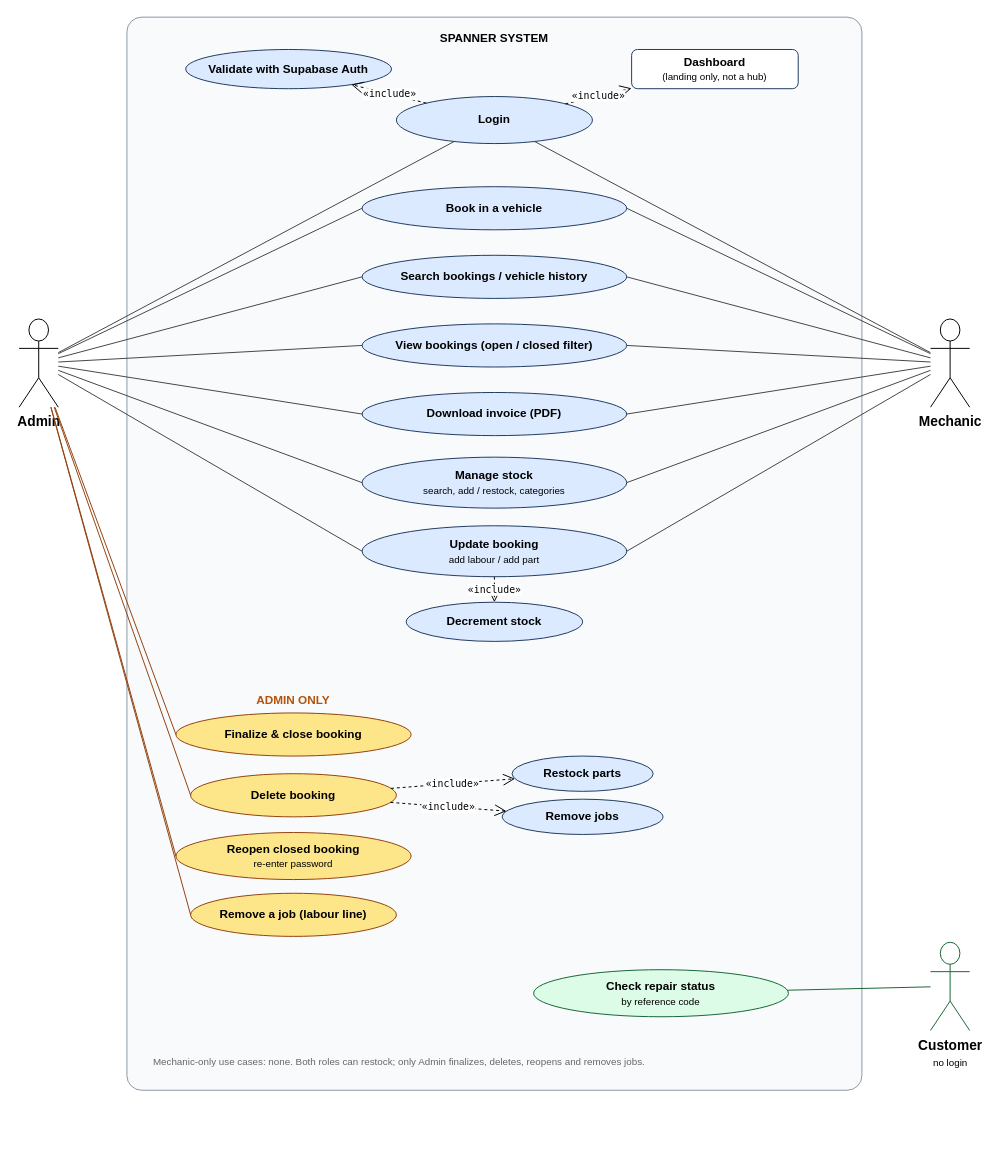
Earlier version of the draw.io diagram project-docs/phase-2/diagrams/editable/usecase.drawio (BlackZ3ro/Spanner-Riese-Auto-Clinic). Source tidied: cells renumbered, new cells numbered last; positions are measured from the earlier drawing's top-left corner, leaving out a move shared by most shapes. Both pictures are drawn from the tidied source at 98%, with x=0, y=0 at pixel (19, 17).
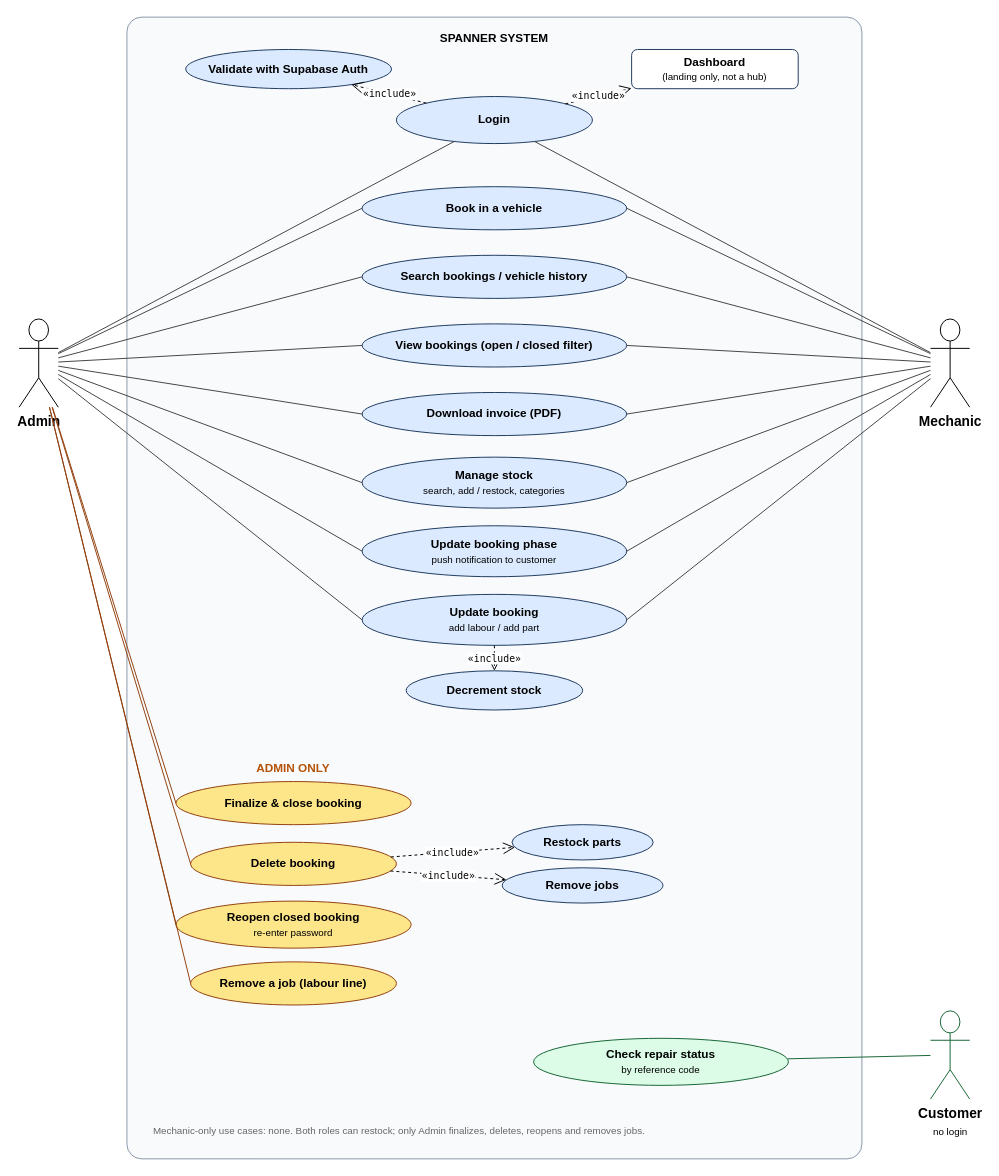
The same page after the edit.

Unchanged cells that the change refers to:
```xml
<mxCell id="3" value="Admin" style="shape=umlActor;verticalLabelPosition=bottom;verticalAlign=top;html=1;outlineConnect=0;fontStyle=1;fontSize=14;" parent="1" vertex="1">
  <mxGeometry y="308" width="40" height="90" as="geometry" />
</mxCell>
<mxCell id="4" value="Mechanic" style="shape=umlActor;verticalLabelPosition=bottom;verticalAlign=top;html=1;outlineConnect=0;fontStyle=1;fontSize=14;" parent="1" vertex="1">
  <mxGeometry x="930" y="308" width="40" height="90" as="geometry" />
</mxCell>
```

Change to the diagram source:
```diff
@@
     <mxCell id="2" value="SPANNER SYSTEM" style="rounded=1;arcSize=2;whiteSpace=wrap;html=1;fillColor=#f8fafc;strokeColor=#8a97a8;verticalAlign=top;fontStyle=1;spacingTop=8;" parent="1" vertex="1">
-      <mxGeometry x="110" width="750" height="1095" as="geometry" />
+      <mxGeometry x="110" width="750" height="1165" as="geometry" />
     </mxCell>
@@
-    <mxCell id="27" value="Update booking&lt;br&gt;&lt;span style=&quot;font-weight:normal;font-size:10px&quot;&gt;add labour / add part&lt;/span&gt;" style="ellipse;whiteSpace=wrap;html=1;fillColor=#dbeafe;strokeColor=#1f3a5f;fontStyle=1;" parent="1" vertex="1">
+    <mxCell id="27" value="Update booking phase&lt;br&gt;&lt;span style=&quot;font-weight:normal;font-size:10px&quot;&gt;push notification to customer&lt;/span&gt;" style="ellipse;whiteSpace=wrap;html=1;fillColor=#dbeafe;strokeColor=#1f3a5f;fontStyle=1;" parent="1" vertex="1">
       <mxGeometry x="350" y="519" width="270" height="52" as="geometry" />
     </mxCell>
@@
-    <mxCell id="30" value="Decrement stock" style="ellipse;whiteSpace=wrap;html=1;fillColor=#dbeafe;strokeColor=#1f3a5f;fontStyle=1;" parent="1" vertex="1">
-      <mxGeometry x="395" y="597" width="180" height="40" as="geometry" />
+    <mxCell id="30" value="Update booking&lt;br&gt;&lt;span style=&quot;font-weight:normal;font-size:10px&quot;&gt;add labour / add part&lt;/span&gt;" style="ellipse;whiteSpace=wrap;html=1;fillColor=#dbeafe;strokeColor=#1f3a5f;fontStyle=1;" parent="1" vertex="1">
+      <mxGeometry x="350" y="589" width="270" height="52" as="geometry" />
     </mxCell>
-    <mxCell id="31" value="«include»" style="endArrow=open;endSize=10;dashed=1;html=1;rounded=0;fontFamily=monospace;fontSize=10;" parent="1" edge="1" source="27" target="30">
+    <mxCell id="31" style="endArrow=none;html=1;rounded=0;strokeColor=#444444;entryX=0;entryY=0.5;entryDx=0;entryDy=0;" parent="1" edge="1" source="3" target="30">
       <mxGeometry relative="1" as="geometry" />
     </mxCell>
-    <mxCell id="32" value="ADMIN ONLY" style="text;html=1;strokeColor=none;fillColor=none;align=left;verticalAlign=middle;whiteSpace=wrap;fontStyle=1;fontColor=#b45309;align=center;" parent="1" vertex="1">
-      <mxGeometry x="220" y="687" width="120" height="20" as="geometry" />
+    <mxCell id="32" style="endArrow=none;html=1;rounded=0;strokeColor=#444444;entryX=1;entryY=0.5;entryDx=0;entryDy=0;" parent="1" edge="1" source="4" target="30">
+      <mxGeometry relative="1" as="geometry" />
     </mxCell>
-    <mxCell id="33" value="Finalize &amp; close booking" style="ellipse;whiteSpace=wrap;html=1;fillColor=#fde68a;strokeColor=#92400e;fontStyle=1;" parent="1" vertex="1">
-      <mxGeometry x="160" y="710" width="240" height="44" as="geometry" />
+    <mxCell id="33" value="Decrement stock" style="ellipse;whiteSpace=wrap;html=1;fillColor=#dbeafe;strokeColor=#1f3a5f;fontStyle=1;" parent="1" vertex="1">
+      <mxGeometry x="395" y="667" width="180" height="40" as="geometry" />
     </mxCell>
-    <mxCell id="34" value="Delete booking" style="ellipse;whiteSpace=wrap;html=1;fillColor=#fde68a;strokeColor=#92400e;fontStyle=1;" parent="1" vertex="1">
-      <mxGeometry x="175" y="772" width="210" height="44" as="geometry" />
+    <mxCell id="34" value="«include»" style="endArrow=open;endSize=10;dashed=1;html=1;rounded=0;fontFamily=monospace;fontSize=10;" parent="1" edge="1" source="30" target="33">
+      <mxGeometry relative="1" as="geometry" />
     </mxCell>
-    <mxCell id="35" value="Restock parts" style="ellipse;whiteSpace=wrap;html=1;fillColor=#dbeafe;strokeColor=#1f3a5f;fontStyle=1;" parent="1" vertex="1">
-      <mxGeometry x="503" y="754" width="144" height="36" as="geometry" />
+    <mxCell id="35" value="ADMIN ONLY" style="text;html=1;strokeColor=none;fillColor=none;align=left;verticalAlign=middle;whiteSpace=wrap;fontStyle=1;fontColor=#b45309;align=center;" parent="1" vertex="1">
+      <mxGeometry x="220" y="757" width="120" height="20" as="geometry" />
     </mxCell>
-    <mxCell id="36" value="Remove jobs" style="ellipse;whiteSpace=wrap;html=1;fillColor=#dbeafe;strokeColor=#1f3a5f;fontStyle=1;" parent="1" vertex="1">
-      <mxGeometry x="493" y="798" width="164" height="36" as="geometry" />
+    <mxCell id="36" value="Finalize &amp; close booking" style="ellipse;whiteSpace=wrap;html=1;fillColor=#fde68a;strokeColor=#92400e;fontStyle=1;" parent="1" vertex="1">
+      <mxGeometry x="160" y="780" width="240" height="44" as="geometry" />
     </mxCell>
-    <mxCell id="37" value="«include»" style="endArrow=open;endSize=10;dashed=1;html=1;rounded=0;fontFamily=monospace;fontSize=10;" parent="1" edge="1" source="34" target="35">
-      <mxGeometry relative="1" as="geometry" />
+    <mxCell id="37" value="Delete booking" style="ellipse;whiteSpace=wrap;html=1;fillColor=#fde68a;strokeColor=#92400e;fontStyle=1;" parent="1" vertex="1">
+      <mxGeometry x="175" y="842" width="210" height="44" as="geometry" />
     </mxCell>
-    <mxCell id="38" value="«include»" style="endArrow=open;endSize=10;dashed=1;html=1;rounded=0;fontFamily=monospace;fontSize=10;" parent="1" edge="1" source="34" target="36">
-      <mxGeometry relative="1" as="geometry" />
+    <mxCell id="38" value="Restock parts" style="ellipse;whiteSpace=wrap;html=1;fillColor=#dbeafe;strokeColor=#1f3a5f;fontStyle=1;" parent="1" vertex="1">
+      <mxGeometry x="503" y="824" width="144" height="36" as="geometry" />
     </mxCell>
-    <mxCell id="39" value="Reopen closed booking&lt;br&gt;&lt;span style=&quot;font-weight:normal;font-size:10px&quot;&gt;re-enter password&lt;/span&gt;" style="ellipse;whiteSpace=wrap;html=1;fillColor=#fde68a;strokeColor=#92400e;fontStyle=1;" parent="1" vertex="1">
-      <mxGeometry x="160" y="832" width="240" height="48" as="geometry" />
+    <mxCell id="39" value="Remove jobs" style="ellipse;whiteSpace=wrap;html=1;fillColor=#dbeafe;strokeColor=#1f3a5f;fontStyle=1;" parent="1" vertex="1">
+      <mxGeometry x="493" y="868" width="164" height="36" as="geometry" />
     </mxCell>
-    <mxCell id="40" value="Remove a job (labour line)" style="ellipse;whiteSpace=wrap;html=1;fillColor=#fde68a;strokeColor=#92400e;fontStyle=1;" parent="1" vertex="1">
-      <mxGeometry x="175" y="894" width="210" height="44" as="geometry" />
+    <mxCell id="40" value="«include»" style="endArrow=open;endSize=10;dashed=1;html=1;rounded=0;fontFamily=monospace;fontSize=10;" parent="1" edge="1" source="37" target="38">
+      <mxGeometry relative="1" as="geometry" />
     </mxCell>
-    <mxCell id="41" style="endArrow=none;html=1;rounded=0;strokeColor=#92400e;entryX=0;entryY=0.5;entryDx=0;entryDy=0;" parent="1" edge="1" source="3" target="33">
+    <mxCell id="41" value="«include»" style="endArrow=open;endSize=10;dashed=1;html=1;rounded=0;fontFamily=monospace;fontSize=10;" parent="1" edge="1" source="37" target="39">
       <mxGeometry relative="1" as="geometry" />
     </mxCell>
-    <mxCell id="42" style="endArrow=none;html=1;rounded=0;strokeColor=#92400e;entryX=0;entryY=0.5;entryDx=0;entryDy=0;" parent="1" edge="1" source="3" target="34">
-      <mxGeometry relative="1" as="geometry" />
+    <mxCell id="42" value="Reopen closed booking&lt;br&gt;&lt;span style=&quot;font-weight:normal;font-size:10px&quot;&gt;re-enter password&lt;/span&gt;" style="ellipse;whiteSpace=wrap;html=1;fillColor=#fde68a;strokeColor=#92400e;fontStyle=1;" parent="1" vertex="1">
+      <mxGeometry x="160" y="902" width="240" height="48" as="geometry" />
     </mxCell>
-    <mxCell id="43" style="endArrow=none;html=1;rounded=0;strokeColor=#92400e;entryX=0;entryY=0.5;entryDx=0;entryDy=0;" parent="1" edge="1" source="3" target="39">
-      <mxGeometry relative="1" as="geometry" />
+    <mxCell id="43" value="Remove a job (labour line)" style="ellipse;whiteSpace=wrap;html=1;fillColor=#fde68a;strokeColor=#92400e;fontStyle=1;" parent="1" vertex="1">
+      <mxGeometry x="175" y="964" width="210" height="44" as="geometry" />
     </mxCell>
-    <mxCell id="44" style="endArrow=none;html=1;rounded=0;strokeColor=#92400e;entryX=0;entryY=0.5;entryDx=0;entryDy=0;" parent="1" edge="1" source="3" target="40">
+    <mxCell id="44" style="endArrow=none;html=1;rounded=0;strokeColor=#92400e;entryX=0;entryY=0.5;entryDx=0;entryDy=0;" parent="1" edge="1" source="3" target="36">
       <mxGeometry relative="1" as="geometry" />
     </mxCell>
-    <mxCell id="45" value="Customer&lt;br&gt;&lt;span style=&quot;font-weight:normal;font-size:10px&quot;&gt;no login&lt;/span&gt;" style="shape=umlActor;verticalLabelPosition=bottom;verticalAlign=top;html=1;outlineConnect=0;fontStyle=1;fontSize=14;strokeColor=#166534;" parent="1" vertex="1">
-      <mxGeometry x="930" y="944" width="40" height="90" as="geometry" />
+    <mxCell id="45" style="endArrow=none;html=1;rounded=0;strokeColor=#92400e;entryX=0;entryY=0.5;entryDx=0;entryDy=0;" parent="1" edge="1" source="3" target="37">
+      <mxGeometry relative="1" as="geometry" />
     </mxCell>
-    <mxCell id="46" value="Check repair status&lt;br&gt;&lt;span style=&quot;font-weight:normal;font-size:10px&quot;&gt;by reference code&lt;/span&gt;" style="ellipse;whiteSpace=wrap;html=1;fillColor=#dcfce7;strokeColor=#166534;fontStyle=1;" parent="1" vertex="1">
-      <mxGeometry x="525" y="972" width="260" height="48" as="geometry" />
+    <mxCell id="46" style="endArrow=none;html=1;rounded=0;strokeColor=#92400e;entryX=0;entryY=0.5;entryDx=0;entryDy=0;" parent="1" edge="1" source="3" target="42">
+      <mxGeometry relative="1" as="geometry" />
     </mxCell>
-    <mxCell id="47" style="endArrow=none;html=1;rounded=0;strokeColor=#166534;" parent="1" edge="1" source="45" target="46">
+    <mxCell id="47" style="endArrow=none;html=1;rounded=0;strokeColor=#92400e;entryX=0;entryY=0.5;entryDx=0;entryDy=0;" parent="1" edge="1" source="3" target="43">
       <mxGeometry relative="1" as="geometry" />
     </mxCell>
-    <mxCell id="48" value="Mechanic-only use cases: none. Both roles can restock; only Admin finalizes, deletes, reopens and removes jobs." style="text;html=1;strokeColor=none;fillColor=none;align=left;verticalAlign=middle;whiteSpace=wrap;fontSize=10;fontColor=#666666;" parent="1" vertex="1">
-      <mxGeometry x="135" y="1056" width="700" height="20" as="geometry" />
+    <mxCell id="48" value="Customer&lt;br&gt;&lt;span style=&quot;font-weight:normal;font-size:10px&quot;&gt;no login&lt;/span&gt;" style="shape=umlActor;verticalLabelPosition=bottom;verticalAlign=top;html=1;outlineConnect=0;fontStyle=1;fontSize=14;strokeColor=#166534;" parent="1" vertex="1">
+      <mxGeometry x="930" y="1014" width="40" height="90" as="geometry" />
     </mxCell>
+    <mxCell id="49" value="Check repair status&lt;br&gt;&lt;span style=&quot;font-weight:normal;font-size:10px&quot;&gt;by reference code&lt;/span&gt;" style="ellipse;whiteSpace=wrap;html=1;fillColor=#dcfce7;strokeColor=#166534;fontStyle=1;" parent="1" vertex="1">
+      <mxGeometry x="525" y="1042" width="260" height="48" as="geometry" />
+    </mxCell>
+    <mxCell id="50" style="endArrow=none;html=1;rounded=0;strokeColor=#166534;" parent="1" edge="1" source="48" target="49">
+      <mxGeometry relative="1" as="geometry" />
+    </mxCell>
+    <mxCell id="51" value="Mechanic-only use cases: none. Both roles can restock; only Admin finalizes, deletes, reopens and removes jobs." style="text;html=1;strokeColor=none;fillColor=none;align=left;verticalAlign=middle;whiteSpace=wrap;fontSize=10;fontColor=#666666;" parent="1" vertex="1">
+      <mxGeometry x="135" y="1126" width="700" height="20" as="geometry" />
+    </mxCell>
```
